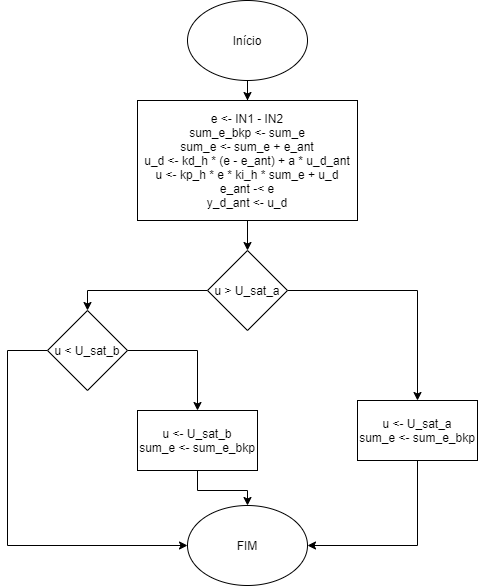
LPI-2020/DWR-19 keeps this draw.io diagram as 03Flowcharts/PID/PID_ISR.png. Above is the earlier version. Source tidied: cells renumbered, new cells last; positions are measured from the earlier drawing's top-left corner, leaving out a move shared by most shapes. Source of this version:
```xml
<mxGraphModel>
  <root>
    <mxCell id="0" />
    <mxCell id="1" parent="0" />
    <mxCell id="2" style="edgeStyle=orthogonalEdgeStyle;rounded=0;jettySize=auto;html=1;" parent="1" edge="1" source="3" target="5">
      <mxGeometry relative="1" as="geometry" />
    </mxCell>
    <mxCell id="3" value="Início" style="ellipse;whiteSpace=wrap;html=1;" parent="1" vertex="1">
      <mxGeometry x="180" width="120" height="80" as="geometry" />
    </mxCell>
    <mxCell id="4" style="edgeStyle=orthogonalEdgeStyle;rounded=0;jettySize=auto;html=1;" parent="1" edge="1" source="5" target="8">
      <mxGeometry relative="1" as="geometry" />
    </mxCell>
    <mxCell id="5" value="e &amp;lt;- IN1 - IN2&lt;br&gt;sum_e_bkp &amp;lt;- sum_e&lt;br&gt;sum_e &amp;lt;- sum_e + e_ant&lt;br&gt;u_d &amp;lt;- kd_h * (e - e_ant) + a * u_d_ant&lt;br&gt;u &amp;lt;- kp_h * e * ki_h * sum_e + u_d&lt;br&gt;e_ant -&amp;lt; e&lt;br&gt;y_d_ant &amp;lt;- u_d" style="rounded=0;whiteSpace=wrap;html=1;" parent="1" vertex="1">
      <mxGeometry x="130" y="100" width="220" height="120" as="geometry" />
    </mxCell>
    <mxCell id="6" style="edgeStyle=orthogonalEdgeStyle;rounded=0;jettySize=auto;html=1;entryX=0.5;entryY=0;entryDx=0;entryDy=0;" parent="1" edge="1" source="8" target="12">
      <mxGeometry relative="1" as="geometry" />
    </mxCell>
    <mxCell id="7" style="edgeStyle=orthogonalEdgeStyle;rounded=0;jettySize=auto;html=1;entryX=0.5;entryY=0;entryDx=0;entryDy=0;" parent="1" edge="1" source="8" target="15">
      <mxGeometry relative="1" as="geometry" />
    </mxCell>
    <mxCell id="8" value="u &amp;gt; U_sat_a" style="rhombus;whiteSpace=wrap;html=1;" parent="1" vertex="1">
      <mxGeometry x="200" y="250" width="80" height="80" as="geometry" />
    </mxCell>
    <mxCell id="9" style="edgeStyle=orthogonalEdgeStyle;rounded=0;jettySize=auto;html=1;" parent="1" edge="1" source="10" target="16">
      <mxGeometry relative="1" as="geometry" />
    </mxCell>
    <mxCell id="10" value="u &amp;lt;- U_sat_b&lt;br&gt;sum_e &amp;lt;- sum_e_bkp" style="rounded=0;whiteSpace=wrap;html=1;" parent="1" vertex="1">
      <mxGeometry x="130" y="410" width="120" height="60" as="geometry" />
    </mxCell>
    <mxCell id="11" style="edgeStyle=orthogonalEdgeStyle;rounded=0;jettySize=auto;html=1;entryX=1;entryY=0.5;entryDx=0;entryDy=0;exitX=0.5;exitY=1;exitDx=0;exitDy=0;" parent="1" edge="1" source="12" target="16">
      <mxGeometry relative="1" as="geometry" />
    </mxCell>
    <mxCell id="12" value="u &amp;lt;- U_sat_a&lt;br&gt;sum_e &amp;lt;- sum_e_bkp" style="rounded=0;whiteSpace=wrap;html=1;" parent="1" vertex="1">
      <mxGeometry x="350" y="400" width="120" height="60" as="geometry" />
    </mxCell>
    <mxCell id="13" style="edgeStyle=orthogonalEdgeStyle;rounded=0;jettySize=auto;html=1;entryX=0.5;entryY=0;entryDx=0;entryDy=0;" parent="1" edge="1" source="15" target="10">
      <mxGeometry relative="1" as="geometry" />
    </mxCell>
    <mxCell id="14" style="edgeStyle=orthogonalEdgeStyle;rounded=0;jettySize=auto;html=1;" parent="1" edge="1" source="15" target="16">
      <mxGeometry relative="1" as="geometry">
        <Array as="points">
          <mxPoint y="350" />
          <mxPoint y="545" />
        </Array>
      </mxGeometry>
    </mxCell>
    <mxCell id="15" value="u &amp;lt; U_sat_b" style="rhombus;whiteSpace=wrap;html=1;" parent="1" vertex="1">
      <mxGeometry x="40" y="310" width="80" height="80" as="geometry" />
    </mxCell>
    <mxCell id="16" value="FIM" style="ellipse;whiteSpace=wrap;html=1;" parent="1" vertex="1">
      <mxGeometry x="180" y="505" width="120" height="80" as="geometry" />
    </mxCell>
  </root>
</mxGraphModel>
```
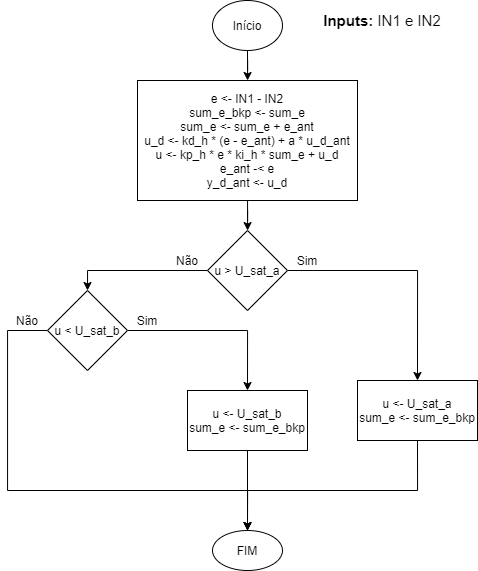
The same file after the commit.

Commit message:
Fluxograma PID corrigido

Change to the diagram source:
```diff
@@ -6,7 +6,7 @@
       <mxGeometry relative="1" as="geometry" />
     </mxCell>
     <mxCell id="3" value="Início" style="ellipse;whiteSpace=wrap;html=1;" parent="1" vertex="1">
-      <mxGeometry x="180" width="120" height="80" as="geometry" />
+      <mxGeometry x="205" y="20" width="70" height="50" as="geometry" />
     </mxCell>
     <mxCell id="4" style="edgeStyle=orthogonalEdgeStyle;rounded=0;jettySize=auto;html=1;" parent="1" edge="1" source="5" target="8">
       <mxGeometry relative="1" as="geometry" />
@@ -23,14 +23,19 @@
     <mxCell id="8" value="u &amp;gt; U_sat_a" style="rhombus;whiteSpace=wrap;html=1;" parent="1" vertex="1">
       <mxGeometry x="200" y="250" width="80" height="80" as="geometry" />
     </mxCell>
-    <mxCell id="9" style="edgeStyle=orthogonalEdgeStyle;rounded=0;jettySize=auto;html=1;" parent="1" edge="1" source="10" target="16">
+    <mxCell id="9" style="edgeStyle=orthogonalEdgeStyle;rounded=0;jettySize=auto;html=1;exitX=0.5;exitY=1;exitDx=0;exitDy=0;entryX=0.5;entryY=0;entryDx=0;entryDy=0;" parent="1" edge="1" source="10" target="16">
       <mxGeometry relative="1" as="geometry" />
     </mxCell>
     <mxCell id="10" value="u &amp;lt;- U_sat_b&lt;br&gt;sum_e &amp;lt;- sum_e_bkp" style="rounded=0;whiteSpace=wrap;html=1;" parent="1" vertex="1">
-      <mxGeometry x="130" y="410" width="120" height="60" as="geometry" />
+      <mxGeometry x="180" y="410" width="120" height="60" as="geometry" />
     </mxCell>
-    <mxCell id="11" style="edgeStyle=orthogonalEdgeStyle;rounded=0;jettySize=auto;html=1;entryX=1;entryY=0.5;entryDx=0;entryDy=0;exitX=0.5;exitY=1;exitDx=0;exitDy=0;" parent="1" edge="1" source="12" target="16">
-      <mxGeometry relative="1" as="geometry" />
+    <mxCell id="11" style="edgeStyle=orthogonalEdgeStyle;rounded=0;jettySize=auto;html=1;exitX=0.5;exitY=1;exitDx=0;exitDy=0;entryX=0.5;entryY=0;entryDx=0;entryDy=0;" parent="1" edge="1" source="12" target="16">
+      <mxGeometry relative="1" as="geometry">
+        <Array as="points">
+          <mxPoint x="410" y="510" />
+          <mxPoint x="240" y="510" />
+        </Array>
+      </mxGeometry>
     </mxCell>
     <mxCell id="12" value="u &amp;lt;- U_sat_a&lt;br&gt;sum_e &amp;lt;- sum_e_bkp" style="rounded=0;whiteSpace=wrap;html=1;" parent="1" vertex="1">
       <mxGeometry x="350" y="400" width="120" height="60" as="geometry" />
@@ -42,7 +47,8 @@
       <mxGeometry relative="1" as="geometry">
         <Array as="points">
           <mxPoint y="350" />
-          <mxPoint y="545" />
+          <mxPoint y="510" />
+          <mxPoint x="240" y="510" />
         </Array>
       </mxGeometry>
     </mxCell>
@@ -50,7 +56,25 @@
       <mxGeometry x="40" y="310" width="80" height="80" as="geometry" />
     </mxCell>
     <mxCell id="16" value="FIM" style="ellipse;whiteSpace=wrap;html=1;" parent="1" vertex="1">
-      <mxGeometry x="180" y="505" width="120" height="80" as="geometry" />
+      <mxGeometry x="205" y="550" width="70" height="40" as="geometry" />
     </mxCell>
+    <mxCell id="17" value="&lt;font style=&quot;font-size: 15px&quot;&gt;&lt;b&gt;Inputs:&lt;/b&gt; IN1 e IN2&lt;/font&gt;" style="text;html=1;strokeColor=none;fillColor=none;align=center;verticalAlign=middle;whiteSpace=wrap;rounded=0;" parent="1" vertex="1">
+      <mxGeometry x="310" y="30" width="130" height="20" as="geometry" />
+    </mxCell>
+    <mxCell id="18" value="Sim" style="text;html=1;strokeColor=none;fillColor=none;align=center;verticalAlign=middle;whiteSpace=wrap;rounded=0;" parent="1" vertex="1">
+      <mxGeometry x="120" y="330" width="40" height="20" as="geometry" />
+    </mxCell>
+    <mxCell id="19" value="Não" style="text;html=1;strokeColor=none;fillColor=none;align=center;verticalAlign=middle;whiteSpace=wrap;rounded=0;shadow=0;glass=0;sketch=0;" parent="1" vertex="1">
+      <mxGeometry x="160" y="270" width="40" height="20" as="geometry" />
+    </mxCell>
+    <mxCell id="20" value="Não" style="text;html=1;strokeColor=none;fillColor=none;align=center;verticalAlign=middle;whiteSpace=wrap;rounded=0;shadow=0;glass=0;sketch=0;" parent="1" vertex="1">
+      <mxGeometry y="330" width="40" height="20" as="geometry" />
+    </mxCell>
+    <mxCell id="21" value="Sim" style="text;html=1;strokeColor=none;fillColor=none;align=center;verticalAlign=middle;whiteSpace=wrap;rounded=0;" parent="1" vertex="1">
+      <mxGeometry x="280" y="270" width="40" height="20" as="geometry" />
+    </mxCell>
+    <mxCell id="22" style="edgeStyle=orthogonalEdgeStyle;rounded=0;orthogonalLoop=1;jettySize=auto;html=1;exitX=0.5;exitY=1;exitDx=0;exitDy=0;" parent="1" edge="1" source="17" target="17">
+      <mxGeometry relative="1" as="geometry" />
+    </mxCell>
   </root>
 </mxGraphModel>
```
